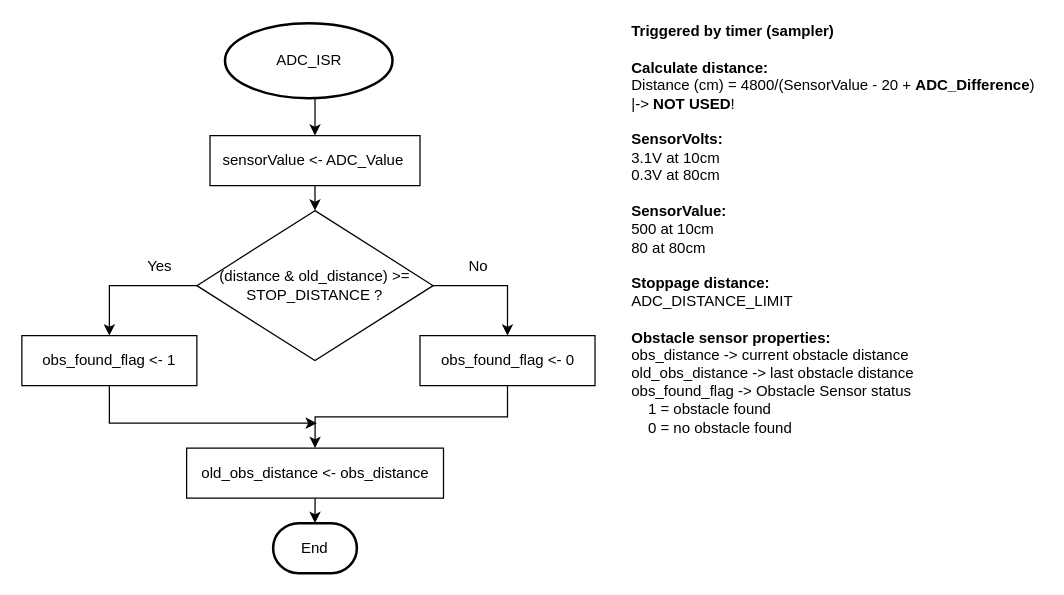
Before: page "Obstacle Detector" (1 of 2) of 03Flowcharts/StopSensors/StopSensors.drawio in LPI-2020/DWR-19, a draw.io diagram. Source tidied: cells renumbered, new cells numbered last; positions are measured from the earlier drawing's top-left corner, leaving out a move shared by most shapes. Both pictures are drawn from the tidied source at 125%, with x=0, y=0 at pixel (21, 22).
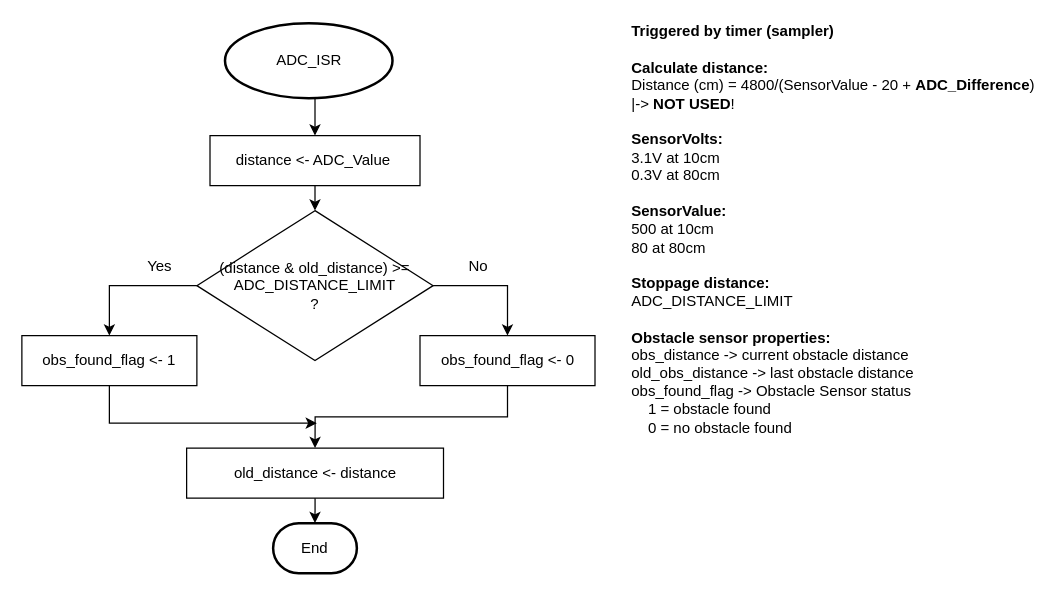
The same page after the edit.

Change to the diagram source:
```diff
@@
-    <mxCell id="7" value="(distance &amp;amp; old_distance) &amp;gt;=&lt;br&gt;&lt;div style=&quot;text-align: center&quot;&gt;&lt;span style=&quot;text-align: left&quot;&gt;STOP_DISTANCE&amp;nbsp;&lt;/span&gt;&lt;span style=&quot;text-align: left&quot;&gt;?&lt;/span&gt;&lt;/div&gt;" style="rhombus;whiteSpace=wrap;html=1;align=center;" parent="1" vertex="1">
+    <mxCell id="7" value="(distance &amp;amp; old_distance) &amp;gt;=&lt;br&gt;&lt;span style=&quot;text-align: left&quot;&gt;ADC_DISTANCE_LIMIT&lt;/span&gt;&lt;br style=&quot;text-align: left&quot;&gt;&lt;div style=&quot;text-align: center&quot;&gt;&lt;span style=&quot;text-align: left&quot;&gt;?&lt;/span&gt;&lt;/div&gt;" style="rhombus;whiteSpace=wrap;html=1;align=center;" parent="1" vertex="1">
       <mxGeometry x="140" y="150" width="189" height="120" as="geometry" />
     </mxCell>
@@
-    <mxCell id="12" value="sensorValue &amp;lt;- ADC_Value&amp;nbsp;" style="rounded=0;whiteSpace=wrap;html=1;" parent="1" vertex="1">
+    <mxCell id="12" value="distance &amp;lt;- ADC_Value&amp;nbsp;" style="rounded=0;whiteSpace=wrap;html=1;" parent="1" vertex="1">
       <mxGeometry x="150.5" y="90" width="168" height="40" as="geometry" />
     </mxCell>
@@
-    <mxCell id="15" value="old_obs_distance &amp;lt;- obs_distance" style="rounded=0;whiteSpace=wrap;html=1;" parent="1" vertex="1">
+    <mxCell id="15" value="old_distance &amp;lt;- distance" style="rounded=0;whiteSpace=wrap;html=1;" parent="1" vertex="1">
       <mxGeometry x="131.8" y="340" width="205.5" height="40" as="geometry" />
     </mxCell>
```
